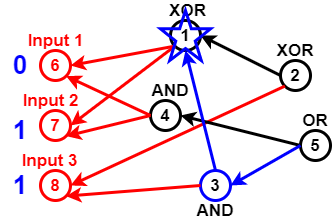
Earlier version of the draw.io export Untitled Diagram.png (sara1024/-CCF201412-2-Z-). Source tidied: cells renumbered, new cells last; positions are measured from the earlier drawing's top-left corner, leaving out a move shared by most shapes.
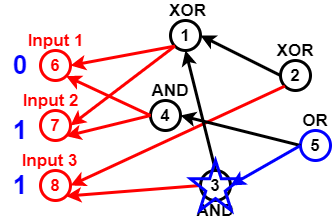
After the commit.

Change to the diagram source:
```diff
@@ -29,7 +29,7 @@
     <mxCell id="10" style="endArrow=classic;html=1;strokeColor=#FF0000;strokeWidth=3;fontSize=17;fontColor=#000000;entryX=1;entryY=1;entryDx=0;entryDy=0;exitX=0;exitY=0.5;exitDx=0;exitDy=0;" parent="1" edge="1" source="8" target="2">
       <mxGeometry relative="1" as="geometry" />
     </mxCell>
-    <mxCell id="11" value="3" style="ellipse;whiteSpace=wrap;html=1;strokeWidth=3;fillColor=none;fontSize=17;fontColor=#000000;fontStyle=1;strokeColor=#0000FF;" parent="1" vertex="1">
+    <mxCell id="11" value="3" style="ellipse;whiteSpace=wrap;html=1;strokeColor=#000000;strokeWidth=3;fillColor=none;fontSize=17;fontColor=#000000;fontStyle=1;" parent="1" vertex="1">
       <mxGeometry x="200" y="170" width="30" height="30" as="geometry" />
     </mxCell>
     <mxCell id="12" style="endArrow=classic;html=1;strokeColor=#FF0000;strokeWidth=3;fontSize=17;fontColor=#000000;entryX=1;entryY=1;entryDx=0;entryDy=0;exitX=0;exitY=0.5;exitDx=0;exitDy=0;" parent="1" edge="1" source="11" target="4">
@@ -41,7 +41,7 @@
     <mxCell id="14" style="endArrow=classic;html=1;strokeColor=#FF0000;strokeWidth=3;fontSize=17;fontColor=#000000;entryX=1;entryY=0.5;entryDx=0;entryDy=0;exitX=0;exitY=1;exitDx=0;exitDy=0;" parent="1" edge="1" source="13" target="4">
       <mxGeometry relative="1" as="geometry" />
     </mxCell>
-    <mxCell id="15" value="5" style="ellipse;whiteSpace=wrap;html=1;strokeColor=#000000;strokeWidth=3;fillColor=none;fontSize=17;fontColor=#000000;fontStyle=1;" parent="1" vertex="1">
+    <mxCell id="15" value="5" style="ellipse;whiteSpace=wrap;html=1;strokeWidth=3;fillColor=none;fontSize=17;fontColor=#000000;fontStyle=1;strokeColor=#0000FF;" parent="1" vertex="1">
       <mxGeometry x="300" y="130" width="30" height="30" as="geometry" />
     </mxCell>
     <mxCell id="16" style="endArrow=classic;html=1;strokeWidth=3;fontSize=17;fontColor=#000000;entryX=1;entryY=0.5;entryDx=0;entryDy=0;exitX=0;exitY=0.5;exitDx=0;exitDy=0;" parent="1" edge="1" source="15" target="8">
@@ -50,7 +50,7 @@
     <mxCell id="17" style="endArrow=classic;html=1;strokeWidth=3;fontSize=17;fontColor=#000000;entryX=1;entryY=0.5;entryDx=0;entryDy=0;exitX=0;exitY=0.5;exitDx=0;exitDy=0;strokeColor=#0000FF;" parent="1" edge="1" source="15" target="11">
       <mxGeometry relative="1" as="geometry" />
     </mxCell>
-    <mxCell id="18" style="endArrow=classic;html=1;strokeWidth=3;fontSize=17;fontColor=#000000;entryX=0.5;entryY=1;entryDx=0;entryDy=0;exitX=0.5;exitY=0;exitDx=0;exitDy=0;strokeColor=#0000FF;" parent="1" edge="1" source="11" target="5">
+    <mxCell id="18" style="endArrow=classic;html=1;strokeColor=#000000;strokeWidth=3;fontSize=17;fontColor=#000000;entryX=0.5;entryY=1;entryDx=0;entryDy=0;exitX=0.5;exitY=0;exitDx=0;exitDy=0;" parent="1" edge="1" source="11" target="5">
       <mxGeometry relative="1" as="geometry" />
     </mxCell>
     <mxCell id="19" style="endArrow=classic;html=1;strokeWidth=3;fontSize=17;entryX=1;entryY=0.5;entryDx=0;entryDy=0;exitX=0;exitY=0.5;exitDx=0;exitDy=0;" parent="1" edge="1" source="13" target="5">
@@ -90,7 +90,7 @@
       <mxGeometry y="175" width="40" height="20" as="geometry" />
     </mxCell>
     <mxCell id="31" style="verticalLabelPosition=bottom;verticalAlign=top;html=1;shape=mxgraph.basic.star;strokeWidth=3;fillColor=none;gradientColor=none;fontSize=26;fontColor=#0000CC;strokeColor=#0000FF;" parent="1" vertex="1">
-      <mxGeometry x="160" y="10" width="50" height="50" as="geometry" />
+      <mxGeometry x="190" y="160" width="50" height="50" as="geometry" />
     </mxCell>
   </root>
 </mxGraphModel>
```
